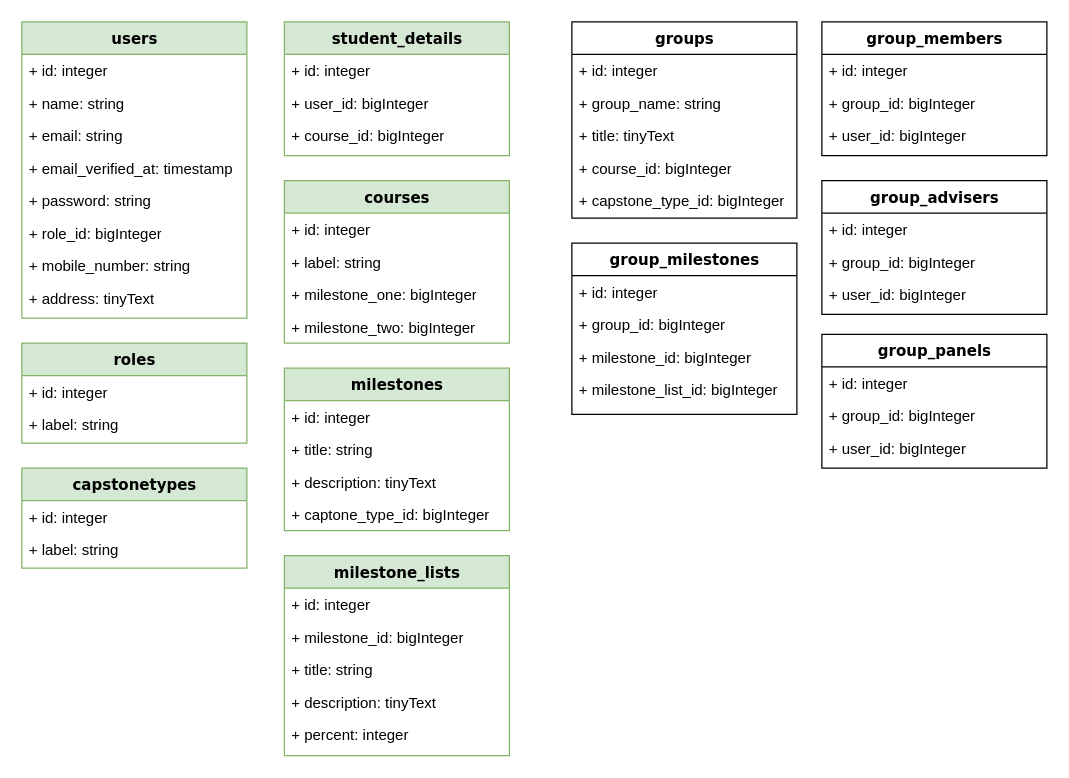
Above: database/schema.drawio in elur123/ccerms-api (draw.io), before the change. Source tidied: cells renumbered, new cells numbered last; positions are measured from the earlier drawing's top-left corner, leaving out a move shared by most shapes. Both pictures are drawn from the tidied source at 125%, with x=0, y=0 at pixel (21, 21).
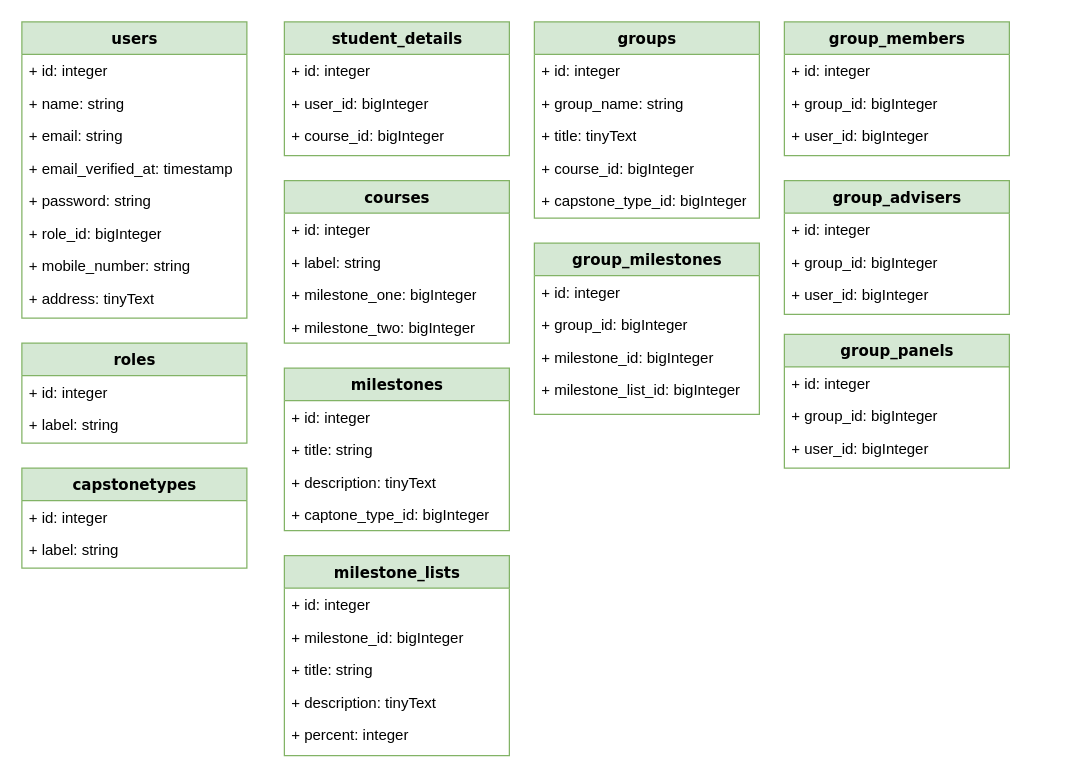
Above is the later version.

The edit, as a diff of the source:
```diff
@@
-    <mxCell id="34" value="groups" style="swimlane;html=1;fontStyle=1;align=center;verticalAlign=top;horizontal=1;startSize=26;swimlaneFillColor=#ffffff;rounded=0;shadow=0;comic=0;labelBackgroundColor=none;strokeWidth=1;fillColor=none;fontFamily=Verdana;fontSize=12;" parent="1" vertex="1">
-      <mxGeometry x="440" width="180" height="157" as="geometry" />
+    <mxCell id="34" value="groups" style="swimlane;html=1;fontStyle=1;align=center;verticalAlign=top;horizontal=1;startSize=26;swimlaneFillColor=#ffffff;rounded=0;shadow=0;comic=0;labelBackgroundColor=none;strokeWidth=1;fillColor=#d5e8d4;fontFamily=Verdana;fontSize=12;strokeColor=#82b366;" parent="1" vertex="1">
+      <mxGeometry x="410" width="180" height="157" as="geometry" />
     </mxCell>
@@
-    <mxCell id="43" value="group_milestones" style="swimlane;html=1;fontStyle=1;align=center;verticalAlign=top;horizontal=1;startSize=26;swimlaneFillColor=#ffffff;rounded=0;shadow=0;comic=0;labelBackgroundColor=none;strokeWidth=1;fillColor=none;fontFamily=Verdana;fontSize=12;" parent="1" vertex="1">
-      <mxGeometry x="440" y="177" width="180" height="137" as="geometry" />
+    <mxCell id="43" value="group_milestones" style="swimlane;html=1;fontStyle=1;align=center;verticalAlign=top;horizontal=1;startSize=26;swimlaneFillColor=#ffffff;rounded=0;shadow=0;comic=0;labelBackgroundColor=none;strokeWidth=1;fillColor=#d5e8d4;fontFamily=Verdana;fontSize=12;strokeColor=#82b366;" parent="1" vertex="1">
+      <mxGeometry x="410" y="177" width="180" height="137" as="geometry" />
     </mxCell>
@@
-    <mxCell id="48" value="group_members" style="swimlane;html=1;fontStyle=1;align=center;verticalAlign=top;horizontal=1;startSize=26;swimlaneFillColor=#ffffff;rounded=0;shadow=0;comic=0;labelBackgroundColor=none;strokeWidth=1;fillColor=none;fontFamily=Verdana;fontSize=12;" parent="1" vertex="1">
-      <mxGeometry x="640" width="180" height="107" as="geometry" />
+    <mxCell id="48" value="group_members" style="swimlane;html=1;fontStyle=1;align=center;verticalAlign=top;horizontal=1;startSize=26;swimlaneFillColor=#ffffff;rounded=0;shadow=0;comic=0;labelBackgroundColor=none;strokeWidth=1;fillColor=#d5e8d4;fontFamily=Verdana;fontSize=12;strokeColor=#82b366;" parent="1" vertex="1">
+      <mxGeometry x="610" width="180" height="107" as="geometry" />
     </mxCell>
@@
-    <mxCell id="52" value="group_advisers" style="swimlane;html=1;fontStyle=1;align=center;verticalAlign=top;horizontal=1;startSize=26;swimlaneFillColor=#ffffff;rounded=0;shadow=0;comic=0;labelBackgroundColor=none;strokeWidth=1;fillColor=none;fontFamily=Verdana;fontSize=12;" parent="1" vertex="1">
-      <mxGeometry x="640" y="127" width="180" height="107" as="geometry" />
+    <mxCell id="52" value="group_advisers" style="swimlane;html=1;fontStyle=1;align=center;verticalAlign=top;horizontal=1;startSize=26;swimlaneFillColor=#ffffff;rounded=0;shadow=0;comic=0;labelBackgroundColor=none;strokeWidth=1;fillColor=#d5e8d4;fontFamily=Verdana;fontSize=12;strokeColor=#82b366;" parent="1" vertex="1">
+      <mxGeometry x="610" y="127" width="180" height="107" as="geometry" />
     </mxCell>
@@
-    <mxCell id="56" value="group_panels" style="swimlane;html=1;fontStyle=1;align=center;verticalAlign=top;horizontal=1;startSize=26;swimlaneFillColor=#ffffff;rounded=0;shadow=0;comic=0;labelBackgroundColor=none;strokeWidth=1;fillColor=none;fontFamily=Verdana;fontSize=12;" parent="1" vertex="1">
-      <mxGeometry x="640" y="250" width="180" height="107" as="geometry" />
+    <mxCell id="56" value="group_panels" style="swimlane;html=1;fontStyle=1;align=center;verticalAlign=top;horizontal=1;startSize=26;swimlaneFillColor=#ffffff;rounded=0;shadow=0;comic=0;labelBackgroundColor=none;strokeWidth=1;fillColor=#d5e8d4;fontFamily=Verdana;fontSize=12;strokeColor=#82b366;" parent="1" vertex="1">
+      <mxGeometry x="610" y="250" width="180" height="107" as="geometry" />
     </mxCell>
```
